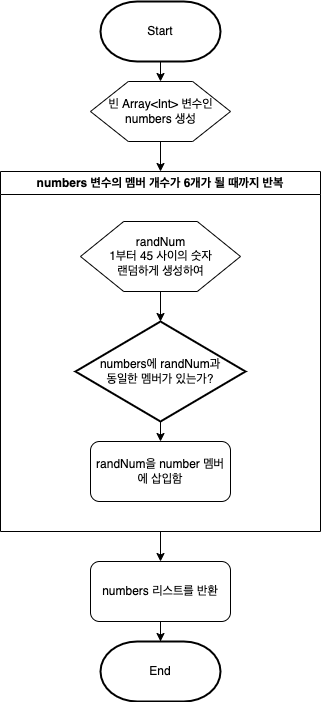
yagom-academy/swift-starter-Round2 keeps this draw.io diagram as CodeStarterCamp_Week2/step1_flowchart.png. Above is the earlier version. Source tidied: cells renumbered, new cells last; positions are measured from the earlier drawing's top-left corner, leaving out a move shared by most shapes.
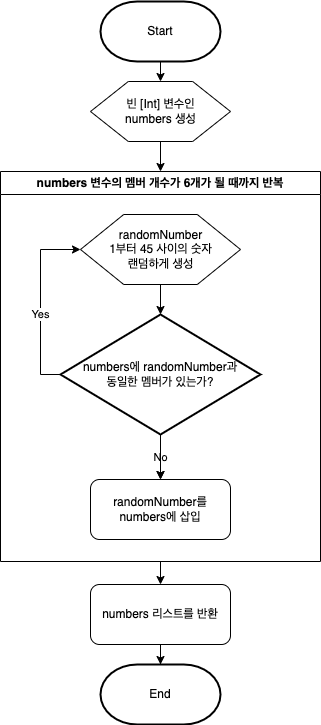
After the commit.

Commit message:
Fix: 2주차 미션 - Step 1 - 피드백 반영

Diff of the diagram source:
```diff
@@ -9,42 +9,53 @@
       <mxGeometry x="100" width="120" height="60" as="geometry" />
     </mxCell>
     <mxCell id="4" value="End" style="strokeWidth=2;html=1;shape=mxgraph.flowchart.terminator;whiteSpace=wrap;" parent="1" vertex="1">
-      <mxGeometry x="100" y="640" width="120" height="60" as="geometry" />
+      <mxGeometry x="100" y="663" width="120" height="60" as="geometry" />
     </mxCell>
     <mxCell id="5" style="edgeStyle=orthogonalEdgeStyle;rounded=0;jettySize=auto;html=1;exitX=0.5;exitY=1;exitDx=0;exitDy=0;entryX=0.5;entryY=0;entryDx=0;entryDy=0;" parent="1" edge="1" source="6" target="15">
       <mxGeometry relative="1" as="geometry" />
     </mxCell>
     <mxCell id="6" value="numbers 변수의 멤버 개수가 6개가 될 때까지 반복" style="swimlane;whiteSpace=wrap;html=1;" parent="1" vertex="1">
-      <mxGeometry y="170" width="320" height="360" as="geometry" />
+      <mxGeometry y="170" width="320" height="390" as="geometry" />
     </mxCell>
-    <mxCell id="7" style="edgeStyle=orthogonalEdgeStyle;rounded=0;jettySize=auto;html=1;exitX=0.5;exitY=1;exitDx=0;exitDy=0;exitPerimeter=0;entryX=0.5;entryY=0;entryDx=0;entryDy=0;" parent="6" edge="1" source="8" target="11">
-      <mxGeometry relative="1" as="geometry" />
+    <mxCell id="7" value="No" style="edgeStyle=orthogonalEdgeStyle;rounded=0;jettySize=auto;html=1;exitX=0.5;exitY=1;exitDx=0;exitDy=0;exitPerimeter=0;entryX=0.5;entryY=0;entryDx=0;entryDy=0;" parent="6" edge="1" source="8" target="11">
+      <mxGeometry relative="1" as="geometry">
+        <Array as="points">
+          <mxPoint x="160" y="273" />
+          <mxPoint x="160" y="273" />
+        </Array>
+      </mxGeometry>
     </mxCell>
+    <mxCell id="16" value="Yes" style="edgeStyle=orthogonalEdgeStyle;rounded=0;jettySize=auto;html=1;exitX=0;exitY=0.5;exitDx=0;exitDy=0;exitPerimeter=0;entryX=0;entryY=0.5;entryDx=0;entryDy=0;" parent="6" edge="1" source="8" target="10">
+      <mxGeometry x="-0.14" relative="1" as="geometry" />
+    </mxCell>
+    <mxCell id="17" style="edgeStyle=orthogonalEdgeStyle;rounded=0;jettySize=auto;html=1;" parent="6" edge="1" source="8" target="11">
+      <mxGeometry relative="1" as="geometry" />
+    </mxCell>
-    <mxCell id="8" value="numbers에 randNum과&lt;br&gt;동일한 멤버가 있는가?" style="strokeWidth=2;html=1;shape=mxgraph.flowchart.decision;whiteSpace=wrap;" parent="6" vertex="1">
-      <mxGeometry x="75" y="150" width="170" height="100" as="geometry" />
+    <mxCell id="8" value="numbers에 randomNumber과&lt;br&gt;동일한 멤버가 있는가?" style="strokeWidth=2;html=1;shape=mxgraph.flowchart.decision;whiteSpace=wrap;" parent="6" vertex="1">
+      <mxGeometry x="60" y="143" width="200" height="120" as="geometry" />
     </mxCell>
     <mxCell id="9" style="edgeStyle=orthogonalEdgeStyle;rounded=0;jettySize=auto;html=1;exitX=0.5;exitY=1;exitDx=0;exitDy=0;" parent="6" edge="1" source="10" target="8">
       <mxGeometry relative="1" as="geometry" />
     </mxCell>
-    <mxCell id="10" value="randNum&lt;br&gt;1부터 45 사이의 숫자&lt;br&gt;랜덤하게 생성하여" style="verticalLabelPosition=middle;verticalAlign=middle;html=1;shape=hexagon;perimeter=hexagonPerimeter2;arcSize=6;size=0.27;labelPosition=center;align=center;" parent="6" vertex="1">
-      <mxGeometry x="80" y="50" width="160" height="70" as="geometry" />
+    <mxCell id="10" value="randomNumber&lt;br&gt;1부터 45 사이의 숫자&lt;br&gt;랜덤하게 생성" style="verticalLabelPosition=middle;verticalAlign=middle;html=1;shape=hexagon;perimeter=hexagonPerimeter2;arcSize=6;size=0.27;labelPosition=center;align=center;" parent="6" vertex="1">
+      <mxGeometry x="80" y="43" width="160" height="70" as="geometry" />
     </mxCell>
-    <mxCell id="11" value="randNum을 number 멤버에 삽입함" style="rounded=1;whiteSpace=wrap;html=1;" parent="6" vertex="1">
-      <mxGeometry x="90" y="270" width="140" height="60" as="geometry" />
+    <mxCell id="11" value="randomNumber를&lt;br&gt;numbers에 삽입" style="rounded=1;whiteSpace=wrap;html=1;" parent="6" vertex="1">
+      <mxGeometry x="90" y="308" width="140" height="60" as="geometry" />
     </mxCell>
     <mxCell id="12" style="edgeStyle=orthogonalEdgeStyle;rounded=0;jettySize=auto;html=1;" parent="1" edge="1" source="13">
       <mxGeometry relative="1" as="geometry">
         <mxPoint x="160" y="170" as="targetPoint" />
       </mxGeometry>
     </mxCell>
-    <mxCell id="13" value="빈 Array&amp;lt;Int&amp;gt; 변수인&lt;br&gt;numbers 생성" style="verticalLabelPosition=middle;verticalAlign=middle;html=1;shape=hexagon;perimeter=hexagonPerimeter2;arcSize=6;size=0.27;labelPosition=center;align=center;" parent="1" vertex="1">
+    <mxCell id="13" value="빈 [Int] 변수인&lt;br&gt;numbers 생성" style="verticalLabelPosition=middle;verticalAlign=middle;html=1;shape=hexagon;perimeter=hexagonPerimeter2;arcSize=6;size=0.27;labelPosition=center;align=center;" parent="1" vertex="1">
       <mxGeometry x="90" y="80" width="140" height="60" as="geometry" />
     </mxCell>
     <mxCell id="14" style="edgeStyle=orthogonalEdgeStyle;rounded=0;jettySize=auto;html=1;exitX=0.5;exitY=1;exitDx=0;exitDy=0;" parent="1" edge="1" source="15" target="4">
       <mxGeometry relative="1" as="geometry" />
     </mxCell>
     <mxCell id="15" value="numbers 리스트를 반환" style="rounded=1;whiteSpace=wrap;html=1;" parent="1" vertex="1">
-      <mxGeometry x="90" y="560" width="140" height="60" as="geometry" />
+      <mxGeometry x="90" y="583" width="140" height="60" as="geometry" />
     </mxCell>
   </root>
 </mxGraphModel>
```
